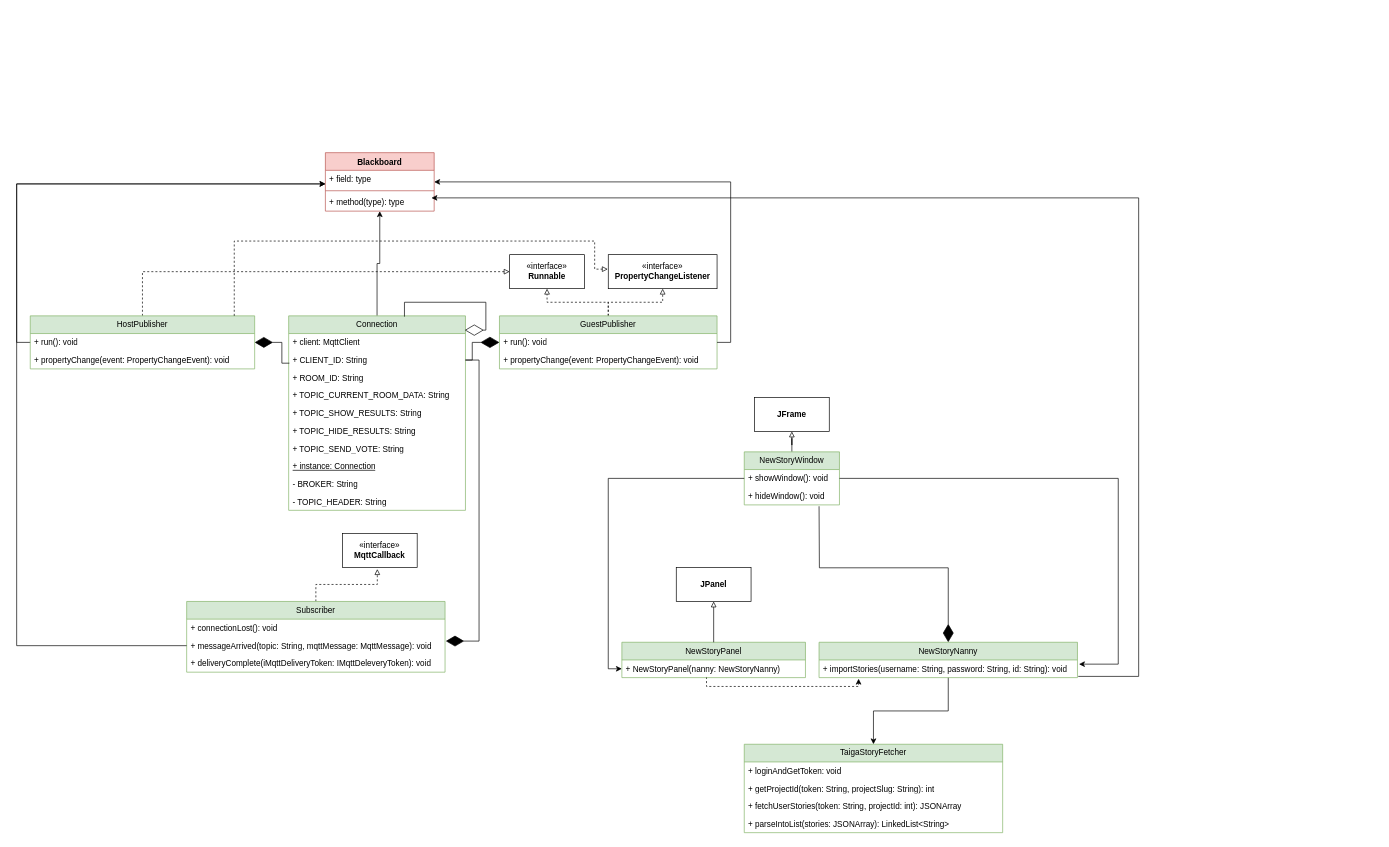
Earlier version of the draw.io diagram PlanItPoker.drawio (owen-mcmanus/A5-Poker). Source tidied: cells renumbered, new cells numbered last; positions are measured from the earlier drawing's top-left corner, leaving out a move shared by most shapes. Both pictures are drawn from the tidied source at 68%, with x=0, y=0 at pixel (16, 152).
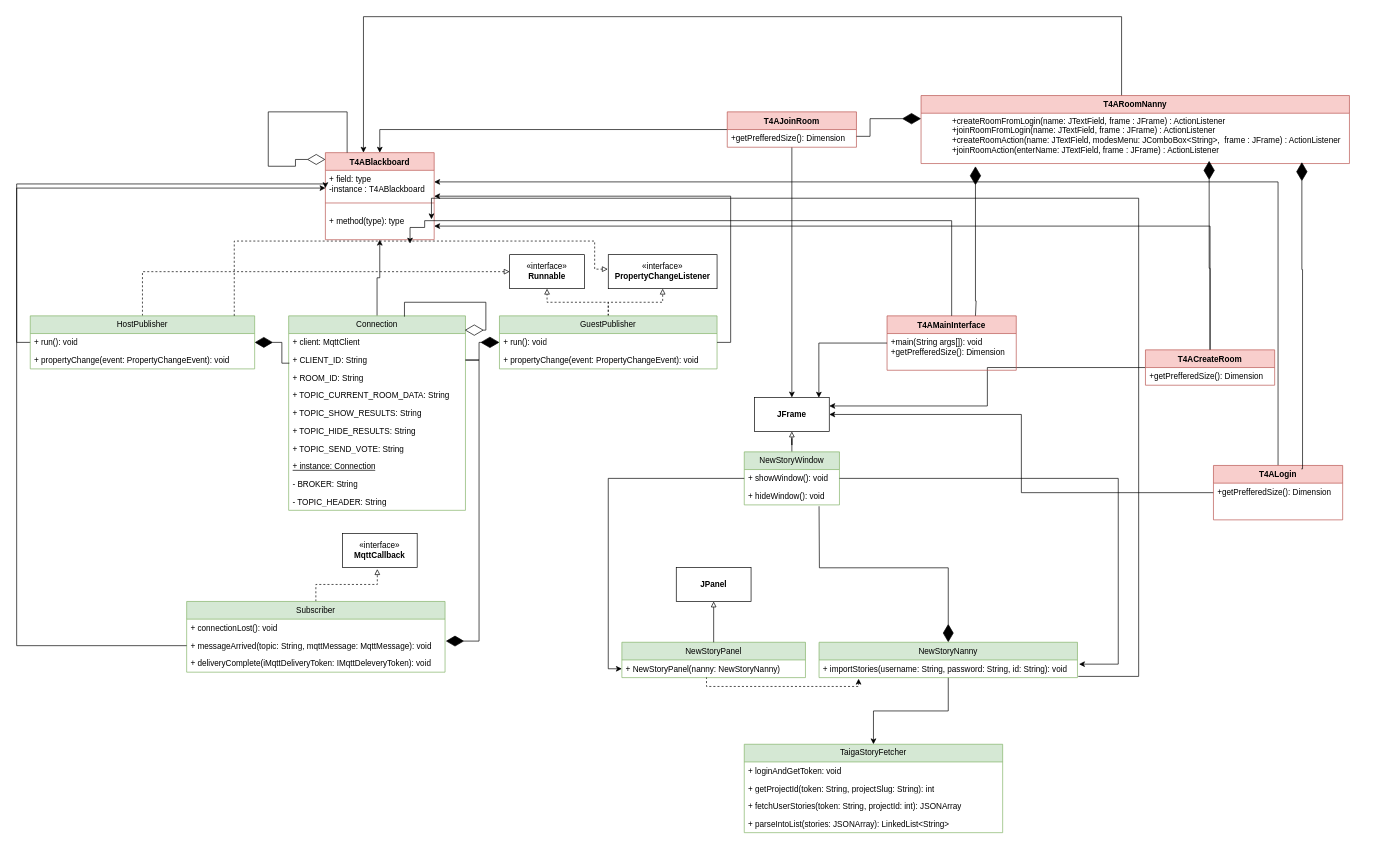
The same page after the edit.

The change refers to these unchanged cells:
```xml
<mxCell id="5" value="+ CLIENT_ID: String" style="text;strokeColor=none;fillColor=none;align=left;verticalAlign=top;spacingLeft=4;spacingRight=4;overflow=hidden;points=[[0,0.5],[1,0.5]];portConstraint=eastwest;whiteSpace=wrap;html=1;" parent="3" vertex="1">
  <mxGeometry y="52" width="260" height="26" as="geometry" />
</mxCell>
<mxCell id="17" value="GuestPublisher" style="swimlane;fontStyle=0;horizontal=1;startSize=26;fillColor=#d5e8d4;whiteSpace=wrap;html=1;strokeColor=#82b366;" parent="1" vertex="1">
  <mxGeometry x="710" y="240" width="320" height="78" as="geometry" />
</mxCell>
<mxCell id="46" value="&lt;b&gt;JFrame&lt;/b&gt;" style="html=1;whiteSpace=wrap;" parent="1" vertex="1">
  <mxGeometry x="1085" y="360" width="110" height="50" as="geometry" />
</mxCell>
```

Diff of the diagram source:
```diff
@@
     <mxCell id="14" style="edgeStyle=orthogonalEdgeStyle;rounded=0;jettySize=auto;html=1;endArrow=none;startFill=1;startArrow=diamondThin;strokeWidth=1;endSize=25;startSize=25;entryX=1;entryY=0.5;entryDx=0;entryDy=0;" parent="1" edge="1" source="17" target="5">
-      <mxGeometry relative="1" as="geometry" />
+      <mxGeometry relative="1" as="geometry">
+        <Array as="points">
+          <mxPoint x="680" y="279" />
+          <mxPoint x="680" y="305" />
+        </Array>
+      </mxGeometry>
     </mxCell>
@@
-    <mxCell id="36" value="Blackboard" style="swimlane;fontStyle=1;align=center;verticalAlign=top;horizontal=1;startSize=26;whiteSpace=wrap;html=1;fillColor=#f8cecc;strokeColor=#b85450;" parent="1" vertex="1">
-      <mxGeometry x="454" width="160" height="86" as="geometry" />
+    <mxCell id="36" value="T4ABlackboard" style="swimlane;fontStyle=1;align=center;verticalAlign=top;horizontal=1;startSize=26;whiteSpace=wrap;html=1;fillColor=#f8cecc;strokeColor=#b85450;" parent="1" vertex="1">
+      <mxGeometry x="454" width="160" height="128" as="geometry" />
     </mxCell>
-    <mxCell id="37" value="+ field: type" style="text;strokeColor=none;fillColor=none;align=left;verticalAlign=top;spacingLeft=4;spacingRight=4;overflow=hidden;points=[[0,0.5],[1,0.5]];portConstraint=eastwest;whiteSpace=wrap;html=1;" parent="36" vertex="1">
-      <mxGeometry y="26" width="160" height="26" as="geometry" />
+    <mxCell id="37" value="+ field: type&lt;div&gt;-instance : T4ABlackboard&lt;/div&gt;" style="text;strokeColor=none;fillColor=none;align=left;verticalAlign=top;spacingLeft=4;spacingRight=4;overflow=hidden;points=[[0,0.5],[1,0.5]];portConstraint=eastwest;whiteSpace=wrap;html=1;" parent="36" vertex="1">
+      <mxGeometry y="26" width="160" height="34" as="geometry" />
     </mxCell>
     <mxCell id="38" style="line;strokeWidth=1;fillColor=none;align=left;verticalAlign=middle;spacingTop=-1;spacingLeft=3;spacingRight=3;labelPosition=right;strokeColor=inherit;" parent="36" vertex="1">
-      <mxGeometry y="52" width="160" height="8" as="geometry" />
+      <mxGeometry y="60" width="160" height="28" as="geometry" />
     </mxCell>
     <mxCell id="39" value="+ method(type): type" style="text;strokeColor=none;fillColor=none;align=left;verticalAlign=top;spacingLeft=4;spacingRight=4;overflow=hidden;points=[[0,0.5],[1,0.5]];portConstraint=eastwest;whiteSpace=wrap;html=1;" parent="36" vertex="1">
-      <mxGeometry y="60" width="160" height="26" as="geometry" />
+      <mxGeometry y="88" width="160" height="40" as="geometry" />
     </mxCell>
@@
+    <mxCell id="65" style="edgeStyle=orthogonalEdgeStyle;rounded=0;jettySize=auto;html=1;" parent="1" edge="1" source="67" target="36">
+      <mxGeometry relative="1" as="geometry" />
+    </mxCell>
+    <mxCell id="66" style="edgeStyle=orthogonalEdgeStyle;rounded=0;jettySize=auto;html=1;entryX=0.5;entryY=0;entryDx=0;entryDy=0;" parent="1" edge="1" source="67" target="46">
+      <mxGeometry relative="1" as="geometry" />
+    </mxCell>
+    <mxCell id="67" value="T4AJoinRoom" style="swimlane;fontStyle=1;align=center;verticalAlign=top;horizontal=1;startSize=26;whiteSpace=wrap;html=1;fillColor=#f8cecc;strokeColor=#b85450;" parent="1" vertex="1">
+      <mxGeometry x="1045" y="-60" width="190" height="52" as="geometry" />
+    </mxCell>
+    <mxCell id="68" value="+getPrefferedSize(): Dimension" style="text;strokeColor=none;fillColor=none;align=left;verticalAlign=top;spacingLeft=4;spacingRight=4;overflow=hidden;whiteSpace=wrap;html=1;" parent="67" vertex="1">
+      <mxGeometry y="26" width="190" height="26" as="geometry" />
+    </mxCell>
+    <mxCell id="69" style="edgeStyle=orthogonalEdgeStyle;rounded=0;jettySize=auto;html=1;" parent="1" edge="1" target="36">
+      <mxGeometry relative="1" as="geometry">
+        <mxPoint x="1624.9" y="-82.1" as="sourcePoint" />
+        <Array as="points">
+          <mxPoint x="1625" y="-200" />
+          <mxPoint x="510" y="-200" />
+        </Array>
+      </mxGeometry>
+    </mxCell>
+    <mxCell id="70" value="T4ARoomNanny" style="swimlane;fontStyle=1;align=center;verticalAlign=top;horizontal=1;startSize=26;whiteSpace=wrap;html=1;fillColor=#f8cecc;strokeColor=#b85450;" parent="1" vertex="1">
+      <mxGeometry x="1330" y="-84" width="630" height="100" as="geometry" />
+    </mxCell>
+    <mxCell id="71" value="+createRoomFromLogin(name: JTextField, frame : JFrame) : ActionListener&lt;br&gt;&lt;div&gt;&lt;span style=&quot;background-color: transparent; color: light-dark(rgb(0, 0, 0), rgb(255, 255, 255));&quot;&gt;+joinRoomFromLogin(name: JTextField, frame : JFrame) : ActionListener&amp;nbsp;&lt;/span&gt;&lt;/div&gt;&lt;div&gt;&lt;span style=&quot;background-color: transparent; color: light-dark(rgb(0, 0, 0), rgb(255, 255, 255));&quot;&gt;+createRoomAction(name: JTextField, modesMenu: JComboBox&amp;lt;String&amp;gt;,&amp;nbsp; frame : JFrame) : ActionListener&amp;nbsp;&lt;/span&gt;&lt;/div&gt;&lt;div&gt;&lt;span style=&quot;background-color: transparent; color: light-dark(rgb(0, 0, 0), rgb(255, 255, 255));&quot;&gt;+joinRoomAction(enterName: JTextField, frame : JFrame) : ActionListener&amp;nbsp;&lt;/span&gt;&amp;nbsp;&lt;/div&gt;" style="text;strokeColor=none;fillColor=none;align=left;verticalAlign=top;spacingLeft=4;spacingRight=4;overflow=hidden;points=[[0,0.5],[1,0.5]];portConstraint=eastwest;whiteSpace=wrap;html=1;" parent="1" vertex="1">
+      <mxGeometry x="1370" y="-60" width="630" height="74" as="geometry" />
+    </mxCell>
+    <mxCell id="72" style="edgeStyle=orthogonalEdgeStyle;rounded=0;orthogonalLoop=1;jettySize=auto;html=1;endArrow=none;startFill=1;startArrow=diamondThin;strokeWidth=1;endSize=25;startSize=25;entryX=1;entryY=0.5;entryDx=0;entryDy=0;" parent="1" edge="1">
+      <mxGeometry relative="1" as="geometry">
+        <mxPoint x="1330" y="-50" as="sourcePoint" />
+        <mxPoint x="1235" y="-24" as="targetPoint" />
+        <Array as="points">
+          <mxPoint x="1255" y="-50" />
+          <mxPoint x="1255" y="-24" />
+        </Array>
+      </mxGeometry>
+    </mxCell>
+    <mxCell id="73" style="edgeStyle=orthogonalEdgeStyle;rounded=0;jettySize=auto;html=1;entryX=1;entryY=0.25;entryDx=0;entryDy=0;" parent="1" edge="1" source="75" target="46">
+      <mxGeometry relative="1" as="geometry" />
+    </mxCell>
+    <mxCell id="74" style="edgeStyle=orthogonalEdgeStyle;rounded=0;jettySize=auto;html=1;entryX=1;entryY=0.5;entryDx=0;entryDy=0;" parent="1" edge="1" source="75" target="39">
+      <mxGeometry relative="1" as="geometry" />
+    </mxCell>
+    <mxCell id="75" value="T4ACreateRoom" style="swimlane;fontStyle=1;align=center;verticalAlign=top;horizontal=1;startSize=26;whiteSpace=wrap;html=1;fillColor=#f8cecc;strokeColor=#b85450;" parent="1" vertex="1">
+      <mxGeometry x="1660" y="290" width="190" height="52" as="geometry" />
+    </mxCell>
+    <mxCell id="76" value="+getPrefferedSize(): Dimension" style="text;strokeColor=none;fillColor=none;align=left;verticalAlign=top;spacingLeft=4;spacingRight=4;overflow=hidden;whiteSpace=wrap;html=1;" parent="75" vertex="1">
+      <mxGeometry y="26" width="190" height="26" as="geometry" />
+    </mxCell>
+    <mxCell id="77" style="edgeStyle=orthogonalEdgeStyle;rounded=0;jettySize=auto;html=1;endArrow=none;startFill=1;startArrow=diamondThin;strokeWidth=1;endSize=25;startSize=25;entryX=0.5;entryY=0;entryDx=0;entryDy=0;exitX=0.609;exitY=0.974;exitDx=0;exitDy=0;exitPerimeter=0;" parent="1" edge="1" source="71" target="75">
+      <mxGeometry relative="1" as="geometry">
+        <Array as="points">
+          <mxPoint x="1754" y="170" />
+          <mxPoint x="1755" y="170" />
+        </Array>
+      </mxGeometry>
+    </mxCell>
+    <mxCell id="78" value="T4AMainInterface" style="swimlane;fontStyle=1;align=center;verticalAlign=top;horizontal=1;startSize=26;whiteSpace=wrap;html=1;fillColor=#f8cecc;strokeColor=#b85450;" parent="1" vertex="1">
+      <mxGeometry x="1280" y="240" width="190" height="80" as="geometry" />
+    </mxCell>
+    <mxCell id="79" value="+main(String args[]): void&lt;div&gt;+getPrefferedSize(): Dimension&lt;/div&gt;" style="text;strokeColor=none;fillColor=none;align=left;verticalAlign=top;spacingLeft=4;spacingRight=4;overflow=hidden;whiteSpace=wrap;html=1;" parent="78" vertex="1">
+      <mxGeometry y="26" width="190" height="54" as="geometry" />
+    </mxCell>
+    <mxCell id="80" style="edgeStyle=orthogonalEdgeStyle;rounded=0;orthogonalLoop=1;jettySize=auto;html=1;endArrow=none;startFill=1;startArrow=diamondThin;strokeWidth=1;endSize=25;startSize=25;" parent="1" edge="1">
+      <mxGeometry relative="1" as="geometry">
+        <mxPoint x="1410" y="20" as="sourcePoint" />
+        <mxPoint x="1410" y="239.9" as="targetPoint" />
+        <Array as="points">
+          <mxPoint x="1410" y="217.9" />
+          <mxPoint x="1411" y="217.9" />
+        </Array>
+      </mxGeometry>
+    </mxCell>
+    <mxCell id="81" style="edgeStyle=orthogonalEdgeStyle;rounded=0;jettySize=auto;html=1;entryX=0.778;entryY=1.143;entryDx=0;entryDy=0;entryPerimeter=0;exitX=0.5;exitY=0;exitDx=0;exitDy=0;" parent="1" edge="1" source="78" target="39">
+      <mxGeometry relative="1" as="geometry">
+        <Array as="points">
+          <mxPoint x="1375" y="100" />
+          <mxPoint x="600" y="100" />
+          <mxPoint x="600" y="110" />
+          <mxPoint x="579" y="110" />
+        </Array>
+      </mxGeometry>
+    </mxCell>
+    <mxCell id="82" style="edgeStyle=orthogonalEdgeStyle;rounded=0;jettySize=auto;html=1;entryX=0.861;entryY=0.006;entryDx=0;entryDy=0;entryPerimeter=0;" parent="1" edge="1" source="78" target="46">
+      <mxGeometry relative="1" as="geometry" />
+    </mxCell>
+    <mxCell id="83" style="edgeStyle=orthogonalEdgeStyle;rounded=0;jettySize=auto;html=1;entryX=1;entryY=0.5;entryDx=0;entryDy=0;" parent="1" edge="1" source="85" target="46">
+      <mxGeometry relative="1" as="geometry" />
+    </mxCell>
+    <mxCell id="84" style="edgeStyle=orthogonalEdgeStyle;rounded=0;jettySize=auto;html=1;" parent="1" edge="1" source="85" target="37">
+      <mxGeometry relative="1" as="geometry" />
+    </mxCell>
+    <mxCell id="85" value="T4ALogin" style="swimlane;fontStyle=1;align=center;verticalAlign=top;horizontal=1;startSize=26;whiteSpace=wrap;html=1;fillColor=#f8cecc;strokeColor=#b85450;" parent="1" vertex="1">
+      <mxGeometry x="1760" y="460" width="190" height="80" as="geometry" />
+    </mxCell>
+    <mxCell id="86" value="&lt;div&gt;+getPrefferedSize(): Dimension&lt;/div&gt;" style="text;strokeColor=none;fillColor=none;align=left;verticalAlign=top;spacingLeft=4;spacingRight=4;overflow=hidden;whiteSpace=wrap;html=1;" parent="85" vertex="1">
+      <mxGeometry y="26" width="190" height="54" as="geometry" />
+    </mxCell>
+    <mxCell id="87" style="edgeStyle=orthogonalEdgeStyle;rounded=0;jettySize=auto;html=1;endArrow=none;startFill=1;startArrow=diamondThin;strokeWidth=1;endSize=25;startSize=25;entryX=0.68;entryY=0.063;entryDx=0;entryDy=0;exitX=0.609;exitY=0.974;exitDx=0;exitDy=0;exitPerimeter=0;entryPerimeter=0;" parent="1" edge="1" target="85">
+      <mxGeometry relative="1" as="geometry">
+        <mxPoint x="1890" y="14" as="sourcePoint" />
+        <Array as="points">
+          <mxPoint x="1890" y="172" />
+          <mxPoint x="1891" y="465" />
+        </Array>
+      </mxGeometry>
+    </mxCell>
+    <mxCell id="88" style="edgeStyle=segmentEdgeStyle;endArrow=diamondThin;html=1;curved=0;rounded=0;endSize=24;startSize=8;exitX=0.2;exitY=0;exitDx=0;exitDy=0;exitPerimeter=0;endFill=0;jumpSize=24;" parent="1" edge="1" source="36" target="36">
+      <mxGeometry relative="1" as="geometry">
+        <Array as="points">
+          <mxPoint x="486" y="-60" />
+          <mxPoint x="370" y="-60" />
+          <mxPoint x="370" y="20" />
+          <mxPoint x="410" y="20" />
+          <mxPoint x="410" y="10" />
+        </Array>
+      </mxGeometry>
+    </mxCell>
```
